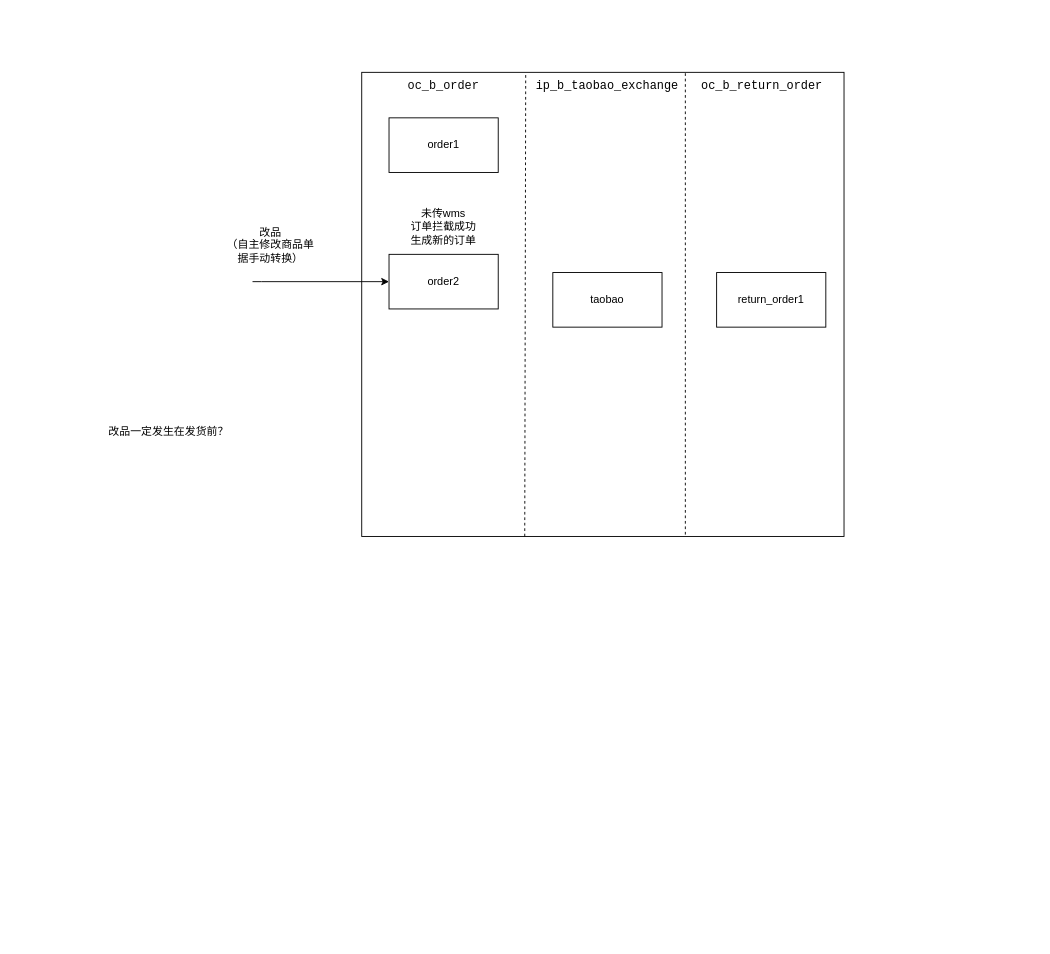
Before: VF/VMID/taobao-order-exchange-flow.drawio in yeahsyoung/diagram, a draw.io diagram. Source tidied: cells renumbered, new cells numbered last; positions are measured from the earlier drawing's top-left corner, leaving out a move shared by most shapes. Both pictures are drawn from the tidied source at 91%, with x=0, y=0 at pixel (106, 72).
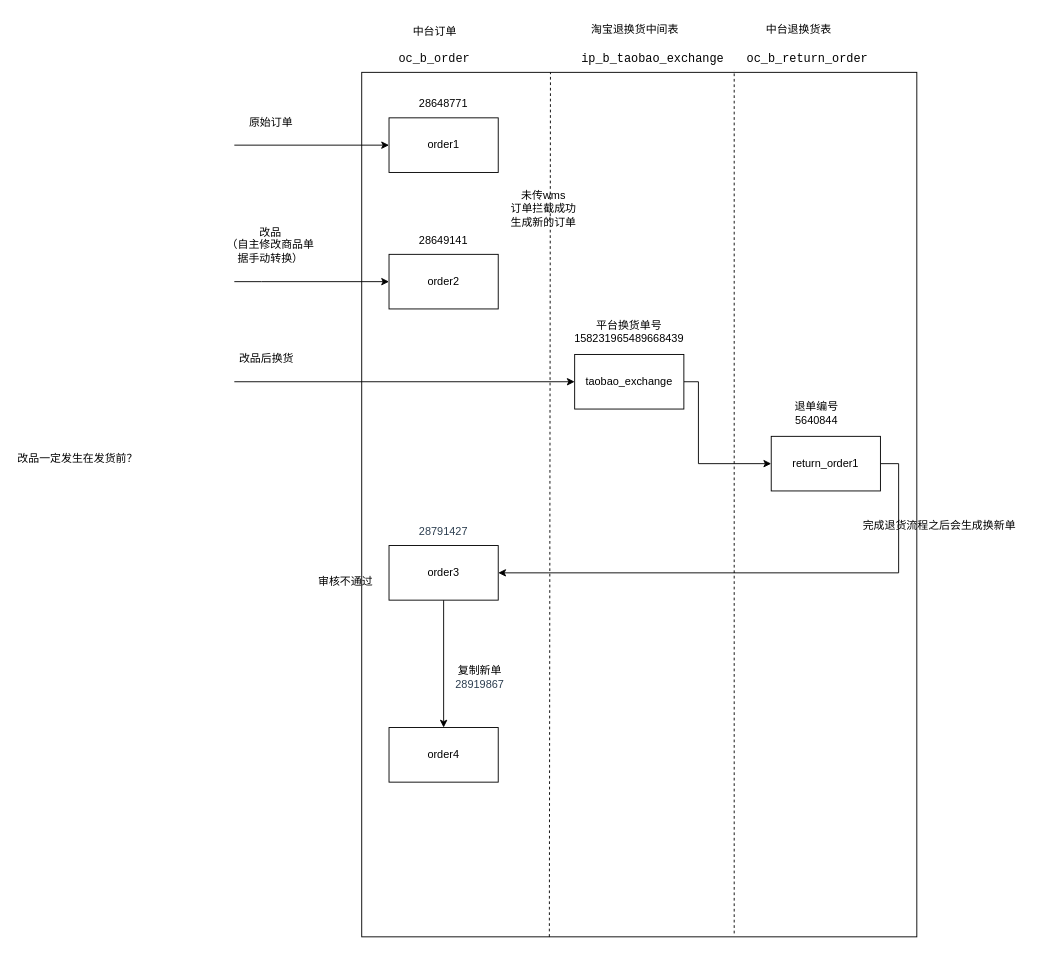
After the change.

Unchanged cells that the change refers to:
```xml
<mxCell id="4" value="order1" style="rounded=0;whiteSpace=wrap;html=1;" parent="1" vertex="1">
  <mxGeometry x="310" y="50" width="120" height="60" as="geometry" />
</mxCell>
<mxCell id="12" value="order2" style="rounded=0;whiteSpace=wrap;html=1;" parent="1" vertex="1">
  <mxGeometry x="310" y="200" width="120" height="60" as="geometry" />
</mxCell>
```

The edit, as a diff of the source:
```diff
@@
     <mxCell id="2" style="rounded=0;whiteSpace=wrap;html=1;fillColor=none;" parent="1" vertex="1">
-      <mxGeometry x="280" width="530" height="510" as="geometry" />
+      <mxGeometry x="280" width="610" height="950" as="geometry" />
     </mxCell>
     <mxCell id="3" style="edgeStyle=orthogonalEdgeStyle;rounded=0;jettySize=auto;html=1;entryX=0;entryY=0.5;entryDx=0;entryDy=0;" parent="1" edge="1" target="12">
       <mxGeometry relative="1" as="geometry">
-        <mxPoint x="160" y="230" as="sourcePoint" />
+        <mxPoint x="140" y="230" as="sourcePoint" />
         <Array as="points">
           <mxPoint x="170" y="230" />
         </Array>
       </mxGeometry>
     </mxCell>
@@
     <mxCell id="7" value="&lt;div style=&quot;background-color:#ffffff;color:#080808&quot;&gt;&lt;pre style=&quot;font-family:'JetBrains Mono',monospace;font-size:9.8pt;&quot;&gt;&lt;span style=&quot;color:#000000;&quot;&gt;oc_b_return_order&lt;/span&gt;&lt;/pre&gt;&lt;/div&gt;" style="text;html=1;align=center;verticalAlign=middle;whiteSpace=wrap;rounded=0;" parent="1" vertex="1">
-      <mxGeometry x="690" width="60" height="30" as="geometry" />
+      <mxGeometry x="740" y="-30" width="60" height="30" as="geometry" />
     </mxCell>
     <mxCell id="8" value="&lt;div style=&quot;background-color:#ffffff;color:#080808&quot;&gt;&lt;pre style=&quot;font-family:'JetBrains Mono',monospace;font-size:9.8pt;&quot;&gt;&lt;div&gt;&lt;pre style=&quot;font-family:'JetBrains Mono',monospace;font-size:9.8pt;&quot;&gt;&lt;span style=&quot;color:#000000;&quot;&gt;ip_b_taobao_exchange&lt;/span&gt;&lt;/pre&gt;&lt;/div&gt;&lt;/pre&gt;&lt;/div&gt;" style="text;html=1;align=center;verticalAlign=middle;whiteSpace=wrap;rounded=0;" parent="1" vertex="1">
-      <mxGeometry x="520" width="60" height="30" as="geometry" />
+      <mxGeometry x="570" y="-30" width="60" height="30" as="geometry" />
     </mxCell>
     <mxCell id="9" value="&lt;div style=&quot;background-color:#ffffff;color:#080808&quot;&gt;&lt;pre style=&quot;font-family:'JetBrains Mono',monospace;font-size:9.8pt;&quot;&gt;oc_b_order&lt;/pre&gt;&lt;/div&gt;" style="text;html=1;align=center;verticalAlign=middle;whiteSpace=wrap;rounded=0;" parent="1" vertex="1">
-      <mxGeometry x="340" width="60" height="30" as="geometry" />
+      <mxGeometry x="330" y="-30" width="60" height="30" as="geometry" />
     </mxCell>
+    <mxCell id="16" style="edgeStyle=orthogonalEdgeStyle;rounded=0;jettySize=auto;html=1;exitX=1;exitY=0.5;exitDx=0;exitDy=0;entryX=0;entryY=0.5;entryDx=0;entryDy=0;" parent="1" edge="1" source="10" target="11">
+      <mxGeometry relative="1" as="geometry">
+        <Array as="points">
+          <mxPoint x="650" y="340" />
+          <mxPoint x="650" y="430" />
+        </Array>
+      </mxGeometry>
+    </mxCell>
-    <mxCell id="10" value="taobao" style="rounded=0;whiteSpace=wrap;html=1;" parent="1" vertex="1">
-      <mxGeometry x="490" y="220" width="120" height="60" as="geometry" />
+    <mxCell id="10" value="taobao_exchange" style="rounded=0;whiteSpace=wrap;html=1;" parent="1" vertex="1">
+      <mxGeometry x="514" y="310" width="120" height="60" as="geometry" />
     </mxCell>
+    <mxCell id="17" style="edgeStyle=orthogonalEdgeStyle;rounded=0;jettySize=auto;html=1;exitX=1;exitY=0.5;exitDx=0;exitDy=0;entryX=1;entryY=0.5;entryDx=0;entryDy=0;" parent="1" edge="1" source="11" target="24">
+      <mxGeometry relative="1" as="geometry">
+        <Array as="points">
+          <mxPoint x="870" y="430" />
+          <mxPoint x="870" y="550" />
+        </Array>
+      </mxGeometry>
+    </mxCell>
     <mxCell id="11" value="return_order1" style="rounded=0;whiteSpace=wrap;html=1;" parent="1" vertex="1">
-      <mxGeometry x="670" y="220" width="120" height="60" as="geometry" />
+      <mxGeometry x="730" y="400" width="120" height="60" as="geometry" />
     </mxCell>
@@
     <mxCell id="13" value="未传wms&lt;div&gt;订单拦截成功&lt;/div&gt;&lt;div&gt;生成新的订单&lt;/div&gt;" style="text;html=1;align=center;verticalAlign=middle;whiteSpace=wrap;rounded=0;" parent="1" vertex="1">
-      <mxGeometry x="320" y="140" width="100" height="60" as="geometry" />
+      <mxGeometry x="430" y="120" width="100" height="60" as="geometry" />
     </mxCell>
@@
     <mxCell id="15" value="&lt;h1 style=&quot;margin-top: 0px;&quot;&gt;&lt;span style=&quot;background-color: initial; font-size: 12px; font-weight: normal;&quot;&gt;改品一定发生在发货前？&lt;/span&gt;&lt;/h1&gt;" style="text;html=1;whiteSpace=wrap;overflow=hidden;rounded=0;" parent="1" vertex="1">
-      <mxGeometry y="370" width="180" height="120" as="geometry" />
+      <mxGeometry x="-100" y="400" width="180" height="120" as="geometry" />
     </mxCell>
+    <mxCell id="18" value="中台订单" style="text;html=1;align=center;verticalAlign=middle;strokeColor=none;fillColor=none;" parent="1" vertex="1">
+      <mxGeometry x="325" y="-60" width="70" height="30" as="geometry" />
+    </mxCell>
+    <mxCell id="19" value="淘宝退换货中间表" style="text;html=1;align=center;verticalAlign=middle;strokeColor=none;fillColor=none;" parent="1" vertex="1">
+      <mxGeometry x="520" y="-62" width="120" height="30" as="geometry" />
+    </mxCell>
+    <mxCell id="20" value="中台退换货表" style="text;html=1;align=center;verticalAlign=middle;strokeColor=none;fillColor=none;" parent="1" vertex="1">
+      <mxGeometry x="710" y="-62" width="100" height="30" as="geometry" />
+    </mxCell>
+    <mxCell id="21" style="endArrow=classic;html=1;rounded=0;entryX=0;entryY=0.5;entryDx=0;entryDy=0;" parent="1" edge="1" target="10">
+      <mxGeometry relative="1" as="geometry">
+        <mxPoint x="140" y="340" as="sourcePoint" />
+      </mxGeometry>
+    </mxCell>
+    <mxCell id="22" value="改品后换货" style="text;html=1;align=center;verticalAlign=middle;strokeColor=none;fillColor=none;" parent="1" vertex="1">
+      <mxGeometry x="135" y="300" width="80" height="30" as="geometry" />
+    </mxCell>
+    <mxCell id="23" style="edgeStyle=orthogonalEdgeStyle;rounded=0;jettySize=auto;html=1;exitX=0.5;exitY=1;exitDx=0;exitDy=0;entryX=0.5;entryY=0;entryDx=0;entryDy=0;" parent="1" edge="1" source="24" target="32">
+      <mxGeometry relative="1" as="geometry" />
+    </mxCell>
+    <mxCell id="24" value="order3" style="rounded=0;whiteSpace=wrap;html=1;" parent="1" vertex="1">
+      <mxGeometry x="310" y="520" width="120" height="60" as="geometry" />
+    </mxCell>
+    <mxCell id="25" value="完成退货流程之后会生成换新单" style="text;html=1;align=center;verticalAlign=middle;whiteSpace=wrap;rounded=0;" parent="1" vertex="1">
+      <mxGeometry x="810" y="460" width="210" height="75" as="geometry" />
+    </mxCell>
+    <mxCell id="26" value="审核不通过" style="text;html=1;align=center;verticalAlign=middle;whiteSpace=wrap;rounded=0;" parent="1" vertex="1">
+      <mxGeometry x="215" y="545" width="95" height="30" as="geometry" />
+    </mxCell>
+    <mxCell id="27" value="&lt;div&gt;退单编号&lt;/div&gt;5640844" style="text;html=1;align=center;verticalAlign=middle;whiteSpace=wrap;rounded=0;" parent="1" vertex="1">
+      <mxGeometry x="750" y="360" width="60" height="30" as="geometry" />
+    </mxCell>
+    <mxCell id="28" value="平台换货单号&lt;div&gt;158231965489668439&lt;/div&gt;" style="text;html=1;align=center;verticalAlign=middle;whiteSpace=wrap;rounded=0;" parent="1" vertex="1">
+      <mxGeometry x="544" y="270" width="60" height="30" as="geometry" />
+    </mxCell>
+    <mxCell id="29" value="28648771" style="text;html=1;align=center;verticalAlign=middle;whiteSpace=wrap;rounded=0;" parent="1" vertex="1">
+      <mxGeometry x="340" y="20" width="60" height="30" as="geometry" />
+    </mxCell>
+    <mxCell id="30" value="28649141" style="text;html=1;align=center;verticalAlign=middle;whiteSpace=wrap;rounded=0;" parent="1" vertex="1">
+      <mxGeometry x="340" y="170" width="60" height="30" as="geometry" />
+    </mxCell>
+    <mxCell id="31" value="&lt;span style=&quot;color: rgb(44, 62, 80); font-family: &amp;quot;Microsoft YaHei&amp;quot;; text-align: left; background-color: rgb(255, 255, 255);&quot;&gt;28791427&lt;/span&gt;" style="text;html=1;align=center;verticalAlign=middle;whiteSpace=wrap;rounded=0;" parent="1" vertex="1">
+      <mxGeometry x="340" y="490" width="60" height="30" as="geometry" />
+    </mxCell>
+    <mxCell id="32" value="order4" style="rounded=0;whiteSpace=wrap;html=1;" parent="1" vertex="1">
+      <mxGeometry x="310" y="720" width="120" height="60" as="geometry" />
+    </mxCell>
+    <mxCell id="33" value="复制新单&lt;div&gt;&lt;span style=&quot;color: rgb(44, 62, 80); font-family: &amp;quot;Microsoft YaHei&amp;quot;; text-align: left; background-color: rgb(255, 255, 255);&quot;&gt;28919867&lt;/span&gt;&lt;/div&gt;" style="text;html=1;align=center;verticalAlign=middle;whiteSpace=wrap;rounded=0;" parent="1" vertex="1">
+      <mxGeometry x="380" y="650" width="60" height="30" as="geometry" />
+    </mxCell>
+    <mxCell id="34" style="endArrow=classic;html=1;rounded=0;entryX=0;entryY=0.5;entryDx=0;entryDy=0;" parent="1" edge="1" target="4">
+      <mxGeometry relative="1" as="geometry">
+        <mxPoint x="140" y="80" as="sourcePoint" />
+      </mxGeometry>
+    </mxCell>
+    <mxCell id="35" value="原始订单" style="text;html=1;align=center;verticalAlign=middle;strokeColor=none;fillColor=none;" parent="1" vertex="1">
+      <mxGeometry x="145" y="40" width="70" height="30" as="geometry" />
+    </mxCell>
```
